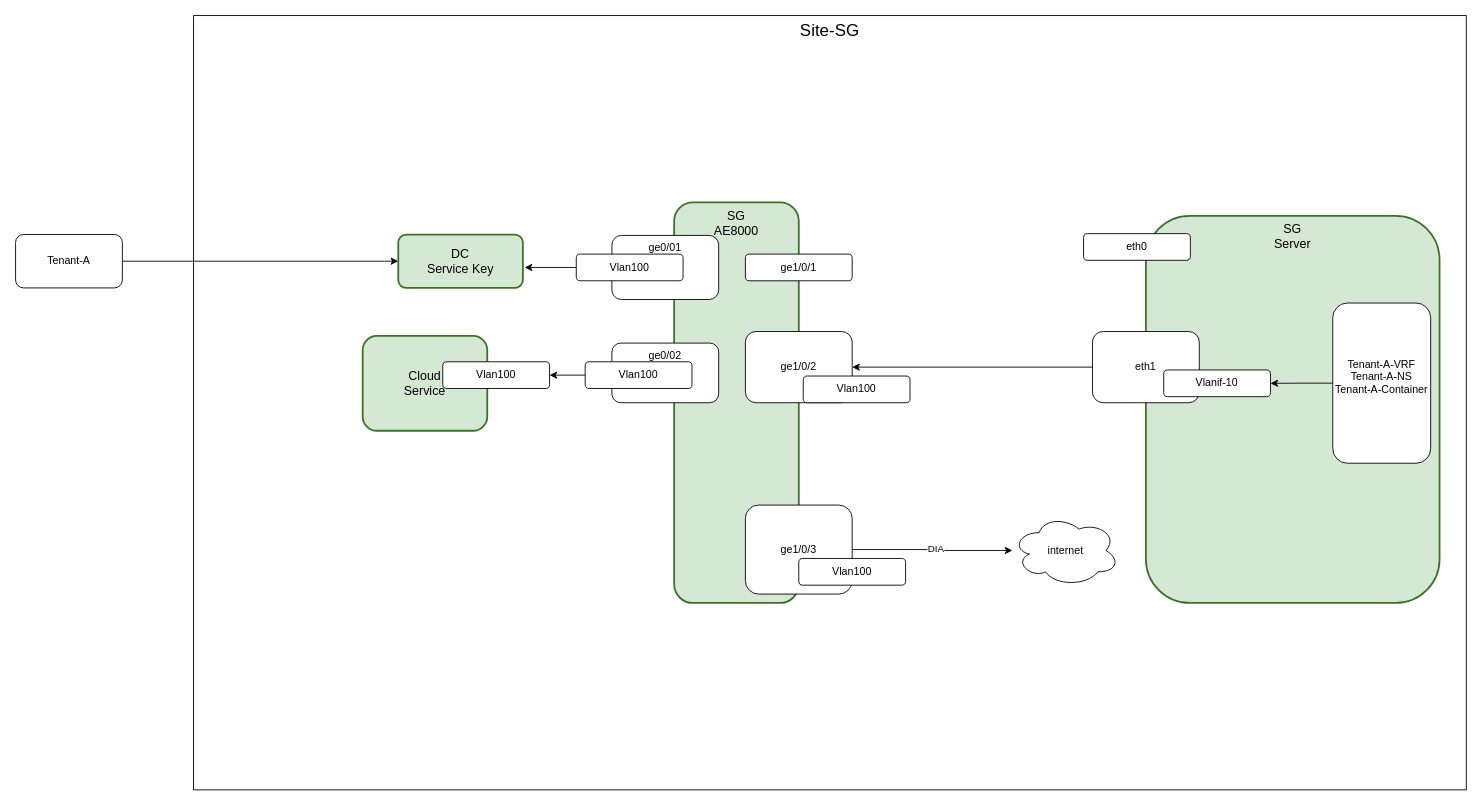
seansuming/ags-sdn-arc keeps this draw.io diagram as page "Overlay-tenant" (5 of 6) of arc.drawio. Above is the earlier version. Source tidied: cells renumbered, new cells numbered last; positions are measured from the earlier drawing's top-left corner, leaving out a move shared by most shapes. Both pictures are drawn from the tidied source at 89%, with x=0, y=0 at pixel (15, 15).
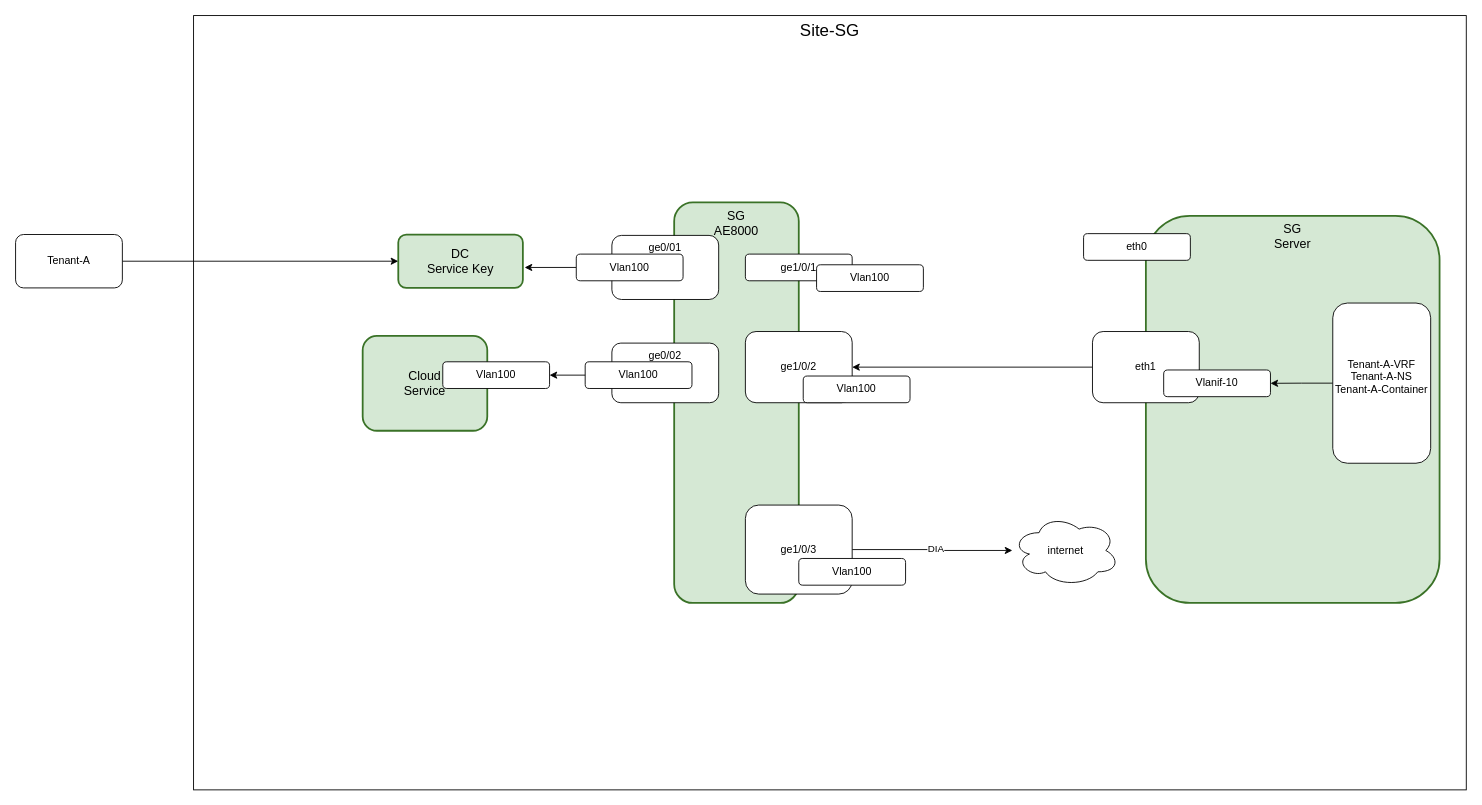
Above is the later version.

What changed in the source:
```diff
@@
+    <mxCell id="31" value="Vlan100" style="rounded=1;whiteSpace=wrap;html=1;" parent="1" vertex="1">
+      <mxGeometry x="900" y="280" width="120" height="30" as="geometry" />
+    </mxCell>
```
